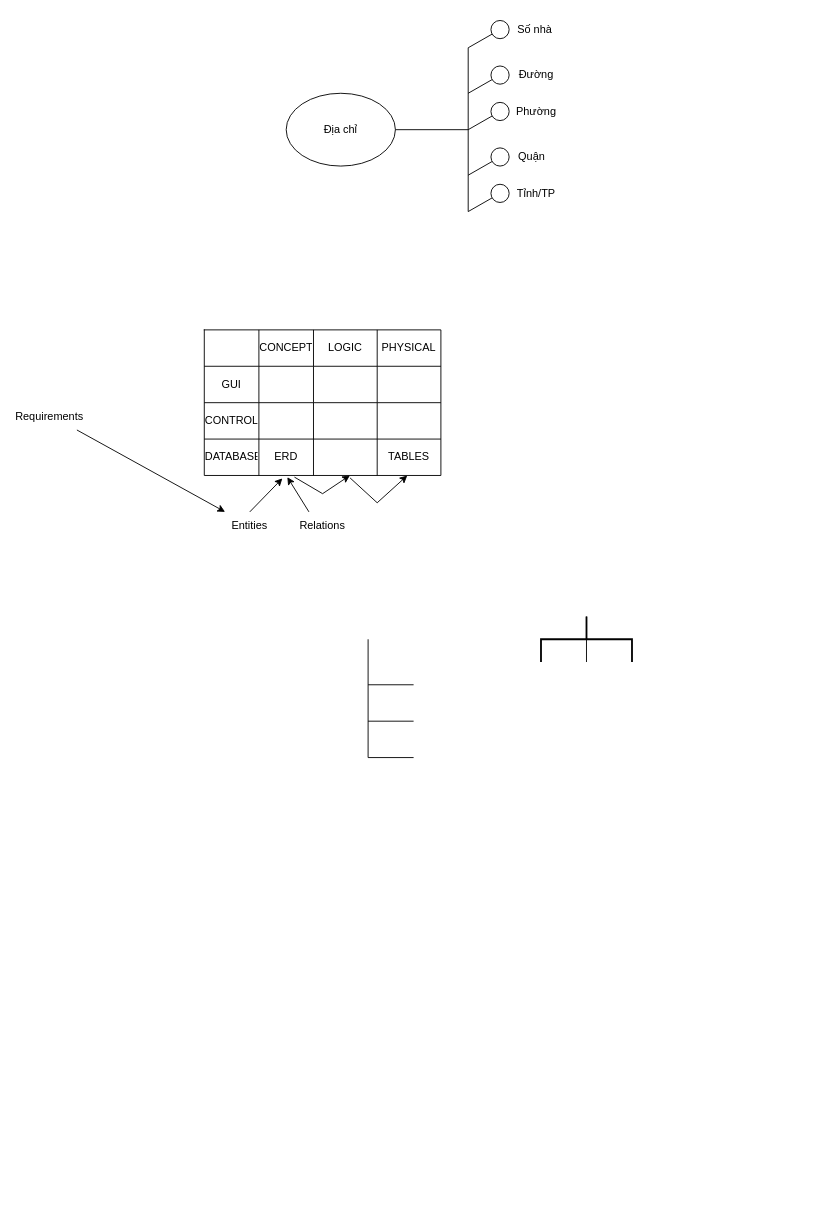
Earlier version of the draw.io diagram Untitled Diagram.drawio (datnham0212/PTTK). Source tidied: cells renumbered, new cells numbered last; positions are measured from the earlier drawing's top-left corner, leaving out a move shared by most shapes. Both pictures are drawn from the tidied source at 91%, with x=0, y=0 at pixel (22, 15).
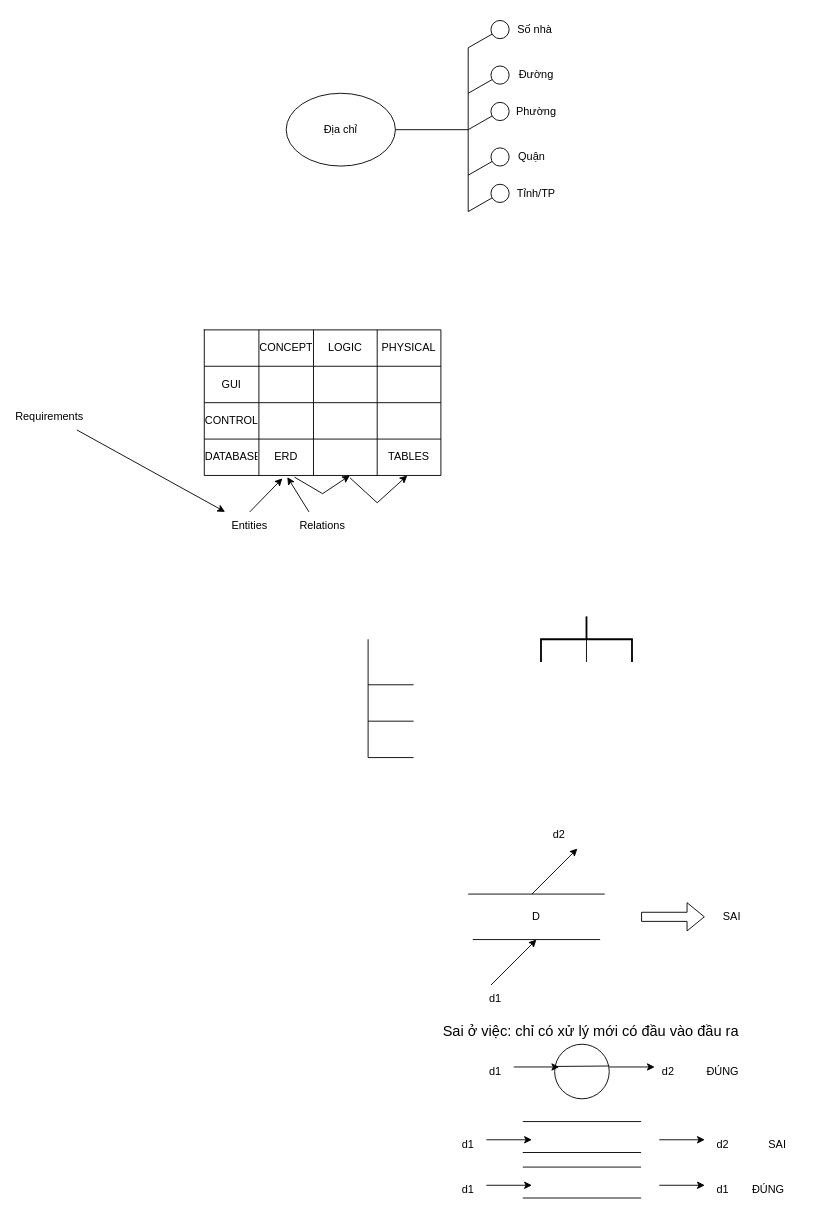
Above is the later version.

What changed in the source:
```diff
@@
+    <mxCell id="55" style="endArrow=none;html=1;rounded=0;" parent="1" edge="1">
+      <mxGeometry relative="1" as="geometry">
+        <mxPoint x="495" y="1015" as="sourcePoint" />
+        <mxPoint x="635" y="1015" as="targetPoint" />
+      </mxGeometry>
+    </mxCell>
+    <mxCell id="56" style="endArrow=none;html=1;rounded=0;" parent="1" edge="1">
+      <mxGeometry relative="1" as="geometry">
+        <mxPoint x="490" y="965" as="sourcePoint" />
+        <mxPoint x="640" y="965" as="targetPoint" />
+      </mxGeometry>
+    </mxCell>
+    <mxCell id="57" style="endArrow=classic;html=1;rounded=0;" parent="1" edge="1">
+      <mxGeometry relative="1" as="geometry">
+        <mxPoint x="560" y="965" as="sourcePoint" />
+        <mxPoint x="610" y="915" as="targetPoint" />
+      </mxGeometry>
+    </mxCell>
+    <mxCell id="58" style="endArrow=classic;html=1;rounded=0;" parent="1" edge="1">
+      <mxGeometry relative="1" as="geometry">
+        <mxPoint x="515" y="1065" as="sourcePoint" />
+        <mxPoint x="565" y="1015" as="targetPoint" />
+      </mxGeometry>
+    </mxCell>
+    <mxCell id="59" value="D" style="text;html=1;strokeColor=none;fillColor=none;align=center;verticalAlign=middle;whiteSpace=wrap;rounded=0;" parent="1" vertex="1">
+      <mxGeometry x="535" y="975" width="60" height="30" as="geometry" />
+    </mxCell>
+    <mxCell id="60" value="d2" style="text;html=1;strokeColor=none;fillColor=none;align=center;verticalAlign=middle;whiteSpace=wrap;rounded=0;" parent="1" vertex="1">
+      <mxGeometry x="560" y="885" width="60" height="30" as="geometry" />
+    </mxCell>
+    <mxCell id="61" value="d1" style="text;html=1;strokeColor=none;fillColor=none;align=center;verticalAlign=middle;whiteSpace=wrap;rounded=0;" parent="1" vertex="1">
+      <mxGeometry x="490" y="1065" width="60" height="30" as="geometry" />
+    </mxCell>
+    <mxCell id="62" style="shape=flexArrow;endArrow=classic;html=1;rounded=0;" parent="1" edge="1" target="63">
+      <mxGeometry relative="1" as="geometry">
+        <mxPoint x="680" y="990" as="sourcePoint" />
+      </mxGeometry>
+    </mxCell>
+    <mxCell id="63" value="SAI" style="text;html=1;strokeColor=none;fillColor=none;align=center;verticalAlign=middle;whiteSpace=wrap;rounded=0;" parent="1" vertex="1">
+      <mxGeometry x="750" y="975" width="60" height="30" as="geometry" />
+    </mxCell>
+    <mxCell id="64" value="Sai ở việc: chỉ có xử lý mới có đầu vào đầu ra" style="text;html=1;strokeColor=none;fillColor=none;align=center;verticalAlign=middle;whiteSpace=wrap;rounded=0;fontSize=16;" parent="1" vertex="1">
+      <mxGeometry x="450" y="1105" width="350" height="20" as="geometry" />
+    </mxCell>
+    <mxCell id="65" style="ellipse;whiteSpace=wrap;html=1;" parent="1" vertex="1">
+      <mxGeometry x="585" y="1130" width="60" height="60" as="geometry" />
+    </mxCell>
+    <mxCell id="66" style="endArrow=none;html=1;rounded=0;entryX=1.001;entryY=0.399;entryDx=0;entryDy=0;entryPerimeter=0;exitX=0.022;exitY=0.407;exitDx=0;exitDy=0;exitPerimeter=0;" parent="1" edge="1" source="65" target="65">
+      <mxGeometry relative="1" as="geometry" />
+    </mxCell>
+    <mxCell id="67" style="endArrow=classic;html=1;rounded=0;" parent="1" edge="1">
+      <mxGeometry relative="1" as="geometry">
+        <mxPoint x="540" y="1155" as="sourcePoint" />
+        <mxPoint x="590" y="1155" as="targetPoint" />
+      </mxGeometry>
+    </mxCell>
+    <mxCell id="68" style="endArrow=classic;html=1;rounded=0;" parent="1" edge="1">
+      <mxGeometry relative="1" as="geometry">
+        <mxPoint x="645" y="1155" as="sourcePoint" />
+        <mxPoint x="695" y="1155" as="targetPoint" />
+      </mxGeometry>
+    </mxCell>
+    <mxCell id="69" value="d1" style="text;html=1;strokeColor=none;fillColor=none;align=center;verticalAlign=middle;whiteSpace=wrap;rounded=0;" parent="1" vertex="1">
+      <mxGeometry x="490" y="1145" width="60" height="30" as="geometry" />
+    </mxCell>
+    <mxCell id="70" value="d2" style="text;html=1;strokeColor=none;fillColor=none;align=center;verticalAlign=middle;whiteSpace=wrap;rounded=0;" parent="1" vertex="1">
+      <mxGeometry x="680" y="1145" width="60" height="30" as="geometry" />
+    </mxCell>
+    <mxCell id="71" style="endArrow=none;html=1;rounded=0;" parent="1" edge="1">
+      <mxGeometry relative="1" as="geometry">
+        <mxPoint x="550" y="1215" as="sourcePoint" />
+        <mxPoint x="680" y="1215" as="targetPoint" />
+      </mxGeometry>
+    </mxCell>
+    <mxCell id="72" style="endArrow=none;html=1;rounded=0;" parent="1" edge="1">
+      <mxGeometry relative="1" as="geometry">
+        <mxPoint x="550" y="1249" as="sourcePoint" />
+        <mxPoint x="680" y="1249" as="targetPoint" />
+      </mxGeometry>
+    </mxCell>
+    <mxCell id="73" style="endArrow=classic;html=1;rounded=0;" parent="1" edge="1">
+      <mxGeometry relative="1" as="geometry">
+        <mxPoint x="510" y="1235" as="sourcePoint" />
+        <mxPoint x="560" y="1235" as="targetPoint" />
+      </mxGeometry>
+    </mxCell>
+    <mxCell id="74" style="endArrow=classic;html=1;rounded=0;" parent="1" edge="1">
+      <mxGeometry relative="1" as="geometry">
+        <mxPoint x="700" y="1235" as="sourcePoint" />
+        <mxPoint x="750" y="1235" as="targetPoint" />
+      </mxGeometry>
+    </mxCell>
+    <mxCell id="75" value="d1" style="text;html=1;strokeColor=none;fillColor=none;align=center;verticalAlign=middle;whiteSpace=wrap;rounded=0;" parent="1" vertex="1">
+      <mxGeometry x="460" y="1225" width="60" height="30" as="geometry" />
+    </mxCell>
+    <mxCell id="76" value="d2" style="text;html=1;strokeColor=none;fillColor=none;align=center;verticalAlign=middle;whiteSpace=wrap;rounded=0;" parent="1" vertex="1">
+      <mxGeometry x="740" y="1225" width="60" height="30" as="geometry" />
+    </mxCell>
+    <mxCell id="77" style="endArrow=none;html=1;rounded=0;" parent="1" edge="1">
+      <mxGeometry relative="1" as="geometry">
+        <mxPoint x="550" y="1265" as="sourcePoint" />
+        <mxPoint x="680" y="1265" as="targetPoint" />
+      </mxGeometry>
+    </mxCell>
+    <mxCell id="78" style="endArrow=none;html=1;rounded=0;" parent="1" edge="1">
+      <mxGeometry relative="1" as="geometry">
+        <mxPoint x="550" y="1299" as="sourcePoint" />
+        <mxPoint x="680" y="1299" as="targetPoint" />
+      </mxGeometry>
+    </mxCell>
+    <mxCell id="79" style="endArrow=classic;html=1;rounded=0;" parent="1" edge="1">
+      <mxGeometry relative="1" as="geometry">
+        <mxPoint x="510" y="1285" as="sourcePoint" />
+        <mxPoint x="560" y="1285" as="targetPoint" />
+      </mxGeometry>
+    </mxCell>
+    <mxCell id="80" style="endArrow=classic;html=1;rounded=0;" parent="1" edge="1">
+      <mxGeometry relative="1" as="geometry">
+        <mxPoint x="700" y="1285" as="sourcePoint" />
+        <mxPoint x="750" y="1285" as="targetPoint" />
+      </mxGeometry>
+    </mxCell>
+    <mxCell id="81" value="d1" style="text;html=1;strokeColor=none;fillColor=none;align=center;verticalAlign=middle;whiteSpace=wrap;rounded=0;" parent="1" vertex="1">
+      <mxGeometry x="460" y="1275" width="60" height="30" as="geometry" />
+    </mxCell>
+    <mxCell id="82" value="d1" style="text;html=1;strokeColor=none;fillColor=none;align=center;verticalAlign=middle;whiteSpace=wrap;rounded=0;" parent="1" vertex="1">
+      <mxGeometry x="740" y="1275" width="60" height="30" as="geometry" />
+    </mxCell>
+    <mxCell id="83" value="SAI" style="text;html=1;strokeColor=none;fillColor=none;align=center;verticalAlign=middle;whiteSpace=wrap;rounded=0;" parent="1" vertex="1">
+      <mxGeometry x="800" y="1225" width="60" height="30" as="geometry" />
+    </mxCell>
+    <mxCell id="84" value="ĐÚNG" style="text;html=1;strokeColor=none;fillColor=none;align=center;verticalAlign=middle;whiteSpace=wrap;rounded=0;" parent="1" vertex="1">
+      <mxGeometry x="740" y="1145" width="60" height="30" as="geometry" />
+    </mxCell>
+    <mxCell id="85" value="ĐÚNG" style="text;html=1;strokeColor=none;fillColor=none;align=center;verticalAlign=middle;whiteSpace=wrap;rounded=0;" parent="1" vertex="1">
+      <mxGeometry x="790" y="1275" width="60" height="30" as="geometry" />
+    </mxCell>
```
